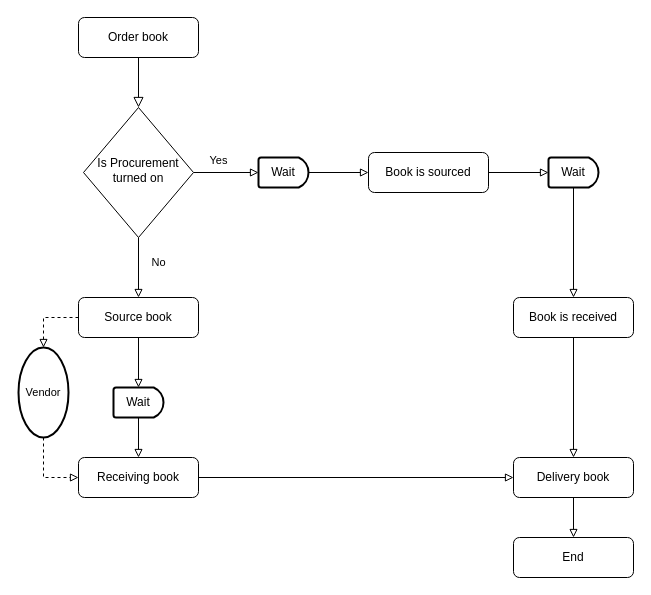
The draw.io diagram flow-chart-.drawio in thang21022000/UseCaseFinalProject, before the edit. Source tidied: cells renumbered, new cells numbered last; positions are measured from the earlier drawing's top-left corner, leaving out a move shared by most shapes. Both pictures are drawn from the tidied source at 100%, with x=0, y=0 at pixel (18, 17).
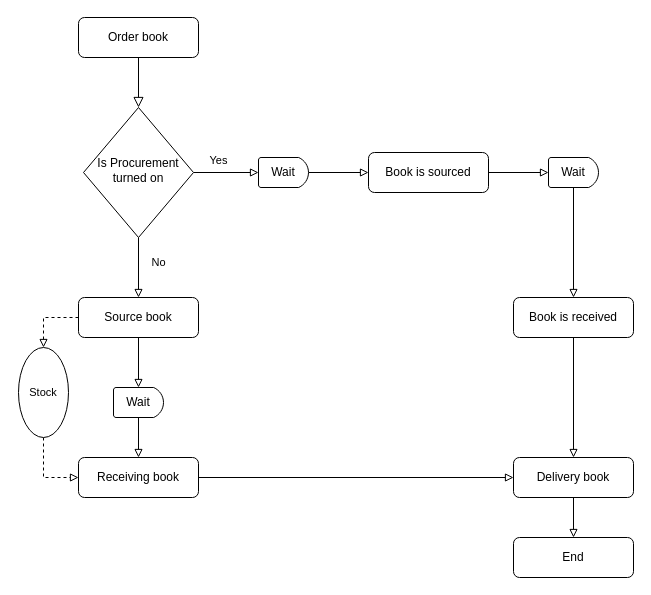
The same diagram, later.

What changed in the source:
```diff
@@
-    <mxCell id="13" value="Wait" style="strokeWidth=2;html=1;shape=mxgraph.flowchart.delay;whiteSpace=wrap;" parent="1" vertex="1">
+    <mxCell id="13" value="Wait" style="strokeWidth=1;html=1;shape=mxgraph.flowchart.delay;whiteSpace=wrap;" parent="1" vertex="1">
       <mxGeometry x="240" y="140" width="50" height="30" as="geometry" />
     </mxCell>
@@
-    <mxCell id="22" value="Wait" style="strokeWidth=2;html=1;shape=mxgraph.flowchart.delay;whiteSpace=wrap;" parent="1" vertex="1">
+    <mxCell id="22" value="Wait" style="strokeWidth=1;html=1;shape=mxgraph.flowchart.delay;whiteSpace=wrap;" parent="1" vertex="1">
       <mxGeometry x="530" y="140" width="50" height="30" as="geometry" />
     </mxCell>
@@
-    <mxCell id="26" value="Vendor" style="strokeWidth=2;html=1;shape=mxgraph.flowchart.start_2;whiteSpace=wrap;fontFamily=Helvetica;fontSize=11;fontColor=default;" parent="1" vertex="1">
+    <mxCell id="26" value="Stock" style="strokeWidth=1;html=1;shape=mxgraph.flowchart.start_2;whiteSpace=wrap;fontFamily=Helvetica;fontSize=11;fontColor=default;" parent="1" vertex="1">
       <mxGeometry y="330" width="50" height="90" as="geometry" />
     </mxCell>
@@
-    <mxCell id="28" value="Wait" style="strokeWidth=2;html=1;shape=mxgraph.flowchart.delay;whiteSpace=wrap;" parent="1" vertex="1">
+    <mxCell id="28" value="Wait" style="strokeWidth=1;html=1;shape=mxgraph.flowchart.delay;whiteSpace=wrap;" parent="1" vertex="1">
       <mxGeometry x="95" y="370" width="50" height="30" as="geometry" />
     </mxCell>
```
